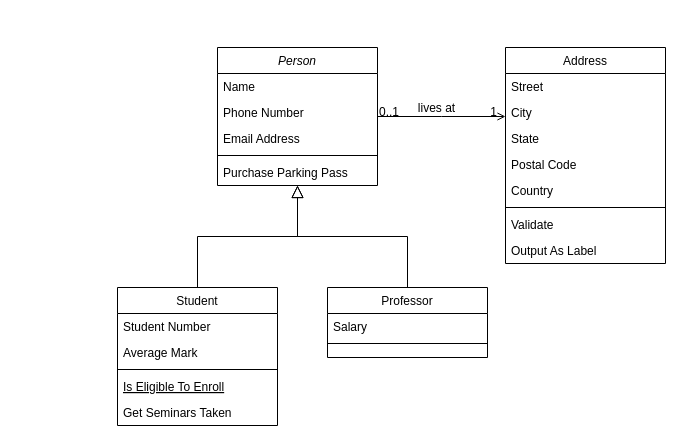
Before: CSF4_Tri.drawio in liujing-maker/IDEA, a draw.io diagram. Source tidied: cells renumbered, new cells numbered last; positions are measured from the earlier drawing's top-left corner, leaving out a move shared by most shapes. Both pictures are drawn from the tidied source at 100%, with x=0, y=0 at pixel (117, 47).
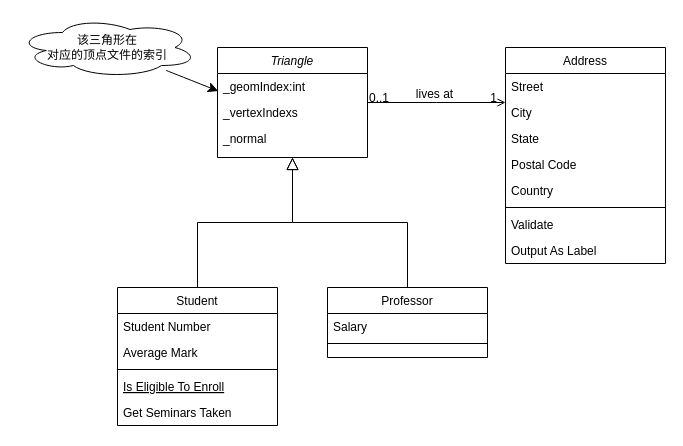
The same diagram, later.

The edit, as a diff of the source:
```diff
@@
-    <mxCell id="2" value="Person" style="swimlane;fontStyle=2;align=center;verticalAlign=top;horizontal=1;startSize=26;rounded=0;shadow=0;strokeWidth=1;" parent="1" vertex="1">
-      <mxGeometry x="100" width="160" height="138" as="geometry" />
+    <mxCell id="2" value="Triangle" style="swimlane;fontStyle=2;align=center;verticalAlign=top;horizontal=1;startSize=26;rounded=0;shadow=0;strokeWidth=1;" parent="1" vertex="1">
+      <mxGeometry x="100" width="150" height="110" as="geometry" />
     </mxCell>
-    <mxCell id="3" value="Name" style="text;align=left;verticalAlign=top;spacingLeft=4;spacingRight=4;overflow=hidden;points=[[0,0.5],[1,0.5]];portConstraint=eastwest;" parent="2" vertex="1">
-      <mxGeometry y="26" width="160" height="26" as="geometry" />
+    <mxCell id="3" value="_geomIndex:int" style="text;align=left;verticalAlign=top;spacingLeft=4;spacingRight=4;overflow=hidden;points=[[0,0.5],[1,0.5]];portConstraint=eastwest;" parent="2" vertex="1">
+      <mxGeometry y="26" width="150" height="26" as="geometry" />
     </mxCell>
-    <mxCell id="4" value="Phone Number" style="text;align=left;verticalAlign=top;spacingLeft=4;spacingRight=4;overflow=hidden;rounded=0;shadow=0;html=0;" parent="2" vertex="1">
-      <mxGeometry y="52" width="160" height="26" as="geometry" />
+    <mxCell id="4" value="_vertexIndexs" style="text;align=left;verticalAlign=top;spacingLeft=4;spacingRight=4;overflow=hidden;rounded=0;shadow=0;html=0;" parent="2" vertex="1">
+      <mxGeometry y="52" width="150" height="26" as="geometry" />
     </mxCell>
-    <mxCell id="5" value="Email Address" style="text;align=left;verticalAlign=top;spacingLeft=4;spacingRight=4;overflow=hidden;rounded=0;shadow=0;html=0;" parent="2" vertex="1">
-      <mxGeometry y="78" width="160" height="26" as="geometry" />
+    <mxCell id="5" value="_normal" style="text;align=left;verticalAlign=top;spacingLeft=4;spacingRight=4;overflow=hidden;rounded=0;shadow=0;html=0;" parent="2" vertex="1">
+      <mxGeometry y="78" width="150" height="26" as="geometry" />
     </mxCell>
-    <mxCell id="6" style="line;html=1;strokeWidth=1;align=left;verticalAlign=middle;spacingTop=-1;spacingLeft=3;spacingRight=3;labelPosition=right;" parent="2" vertex="1">
-      <mxGeometry y="104" width="160" height="8" as="geometry" />
-    </mxCell>
-    <mxCell id="7" value="Purchase Parking Pass" style="text;align=left;verticalAlign=top;spacingLeft=4;spacingRight=4;overflow=hidden;" parent="2" vertex="1">
-      <mxGeometry y="112" width="160" height="26" as="geometry" />
-    </mxCell>
@@
+    <mxCell id="32" value="&lt;span style=&quot;text-align: left; text-wrap-mode: nowrap;&quot;&gt;该三角形在&lt;/span&gt;&lt;div&gt;&lt;span style=&quot;text-align: left; text-wrap-mode: nowrap;&quot;&gt;对应的顶点文件的索引&lt;/span&gt;&lt;/div&gt;" style="ellipse;shape=cloud;whiteSpace=wrap;html=1;" parent="1" vertex="1">
+      <mxGeometry x="-100" y="-30" width="180" height="60" as="geometry" />
+    </mxCell>
+    <mxCell id="33" style="edgeStyle=none;curved=1;rounded=0;jettySize=auto;html=1;entryX=0.005;entryY=0.675;entryDx=0;entryDy=0;entryPerimeter=0;fontSize=12;startSize=8;endSize=8;" parent="1" edge="1" source="32" target="3">
+      <mxGeometry relative="1" as="geometry" />
+    </mxCell>
```
